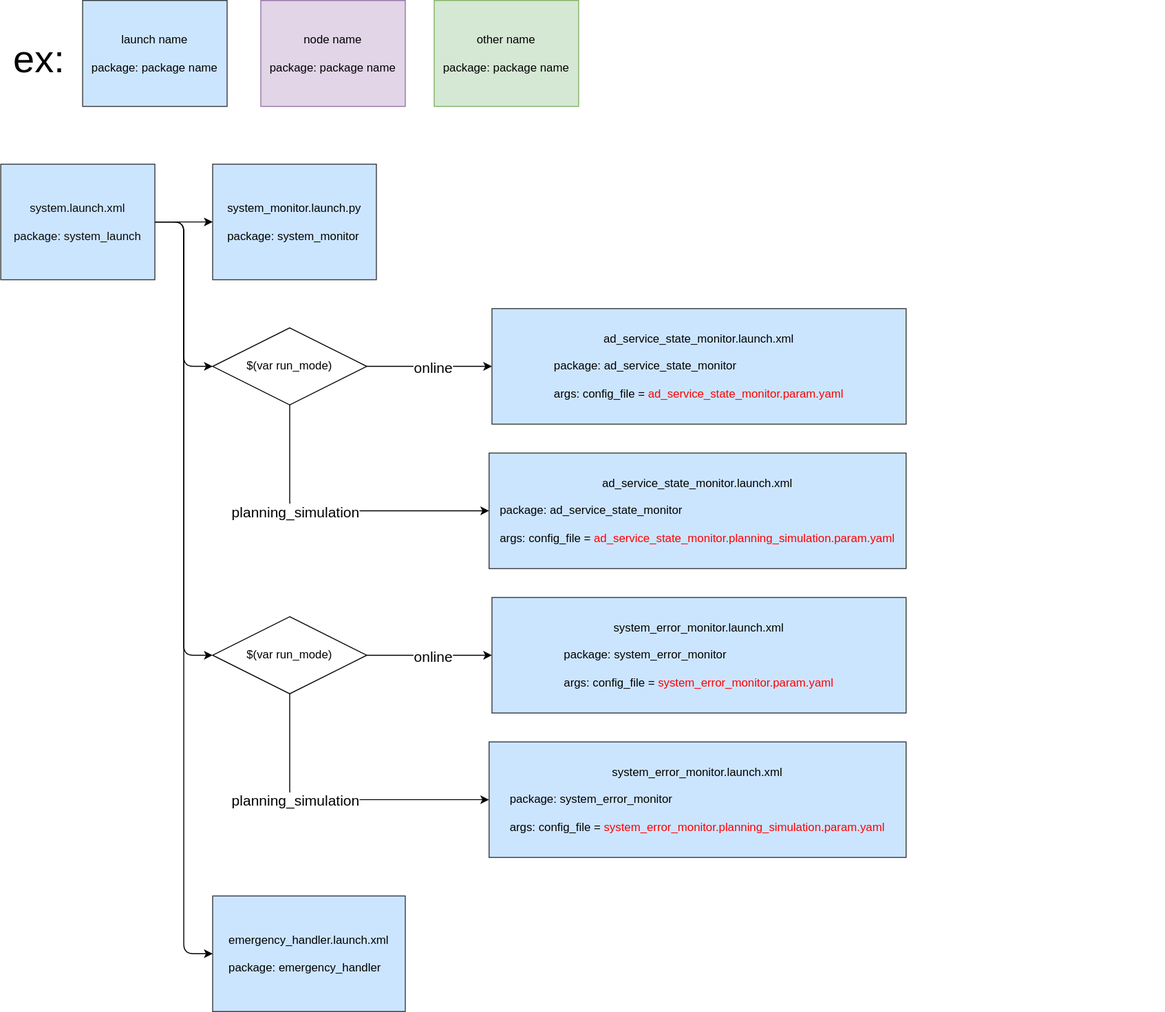
autowarefoundation/autoware_launch keeps this draw.io diagram as system_launch/system_launch.drawio.svg. Above is the earlier version. Source tidied: cells renumbered, new cells last; positions are measured from the earlier drawing's top-left corner, leaving out a move shared by most shapes.
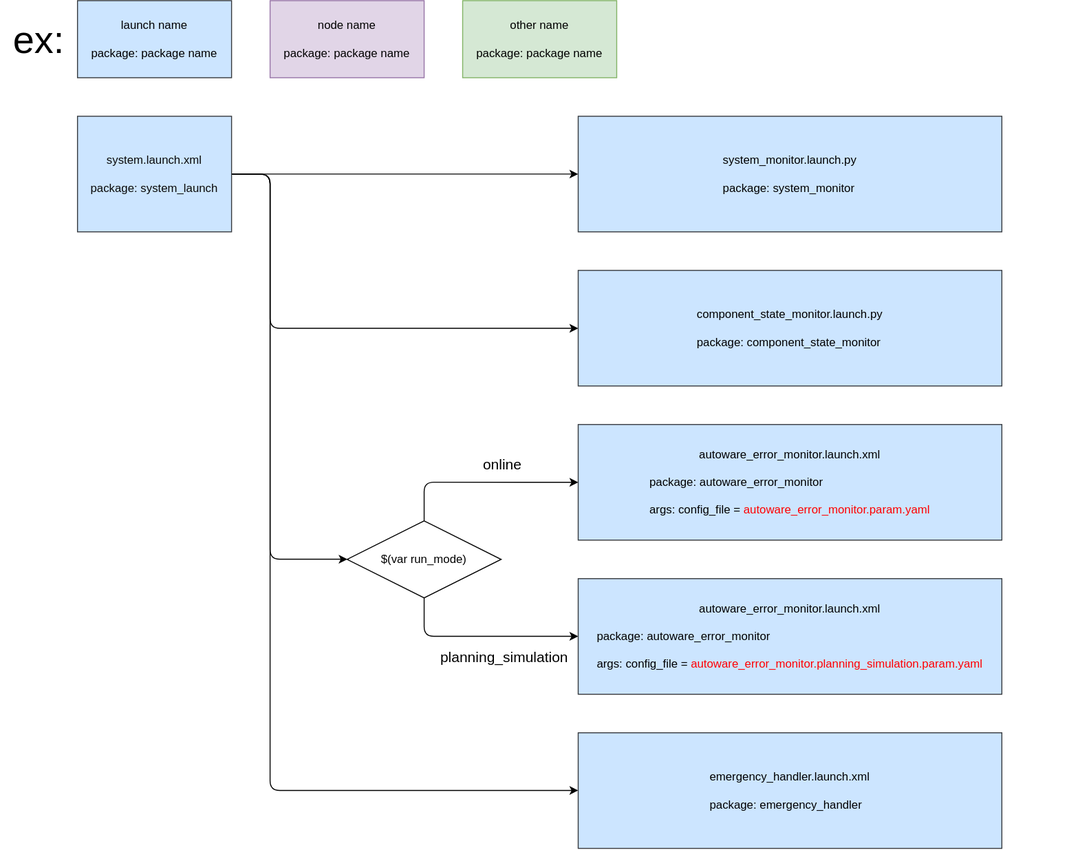
Later version of the same file.

Commit message:
feat(system_launch): apply removing ad_service_state_monitor (#568)

Diff of the diagram source:
```diff
@@ -2,120 +2,95 @@
   <root>
     <mxCell id="0" />
     <mxCell id="1" parent="0" />
+    <mxCell id="4" style="edgeStyle=none;html=1;" parent="1" edge="1" source="2" target="3">
+      <mxGeometry relative="1" as="geometry" />
+    </mxCell>
+    <mxCell id="28" style="edgeStyle=orthogonalEdgeStyle;html=1;" parent="1" edge="1" source="2" target="16">
+      <mxGeometry relative="1" as="geometry">
+        <Array as="points">
+          <mxPoint x="280" y="210" />
+          <mxPoint x="280" y="370" />
+        </Array>
+      </mxGeometry>
+    </mxCell>
+    <mxCell id="18" style="edgeStyle=orthogonalEdgeStyle;html=1;fontSize=15;" parent="1" edge="1" source="2" target="23">
+      <mxGeometry relative="1" as="geometry">
+        <Array as="points">
+          <mxPoint x="280" y="210" />
+          <mxPoint x="280" y="610" />
+        </Array>
+      </mxGeometry>
+    </mxCell>
+    <mxCell id="27" style="edgeStyle=orthogonalEdgeStyle;html=1;fontSize=15;" parent="1" edge="1" source="2" target="26">
+      <mxGeometry relative="1" as="geometry">
+        <Array as="points">
+          <mxPoint x="280" y="210" />
+          <mxPoint x="280" y="850" />
+        </Array>
+      </mxGeometry>
+    </mxCell>
     <mxCell id="2" value="system.launch.xml&lt;br&gt;&lt;br&gt;&lt;div&gt;&lt;span&gt;package: system_launch&lt;/span&gt;&lt;/div&gt;" style="rounded=0;whiteSpace=wrap;html=1;fillColor=#cce5ff;strokeColor=#36393d;fontColor=#0A0A0A;verticalAlign=middle;align=center;" parent="1" vertex="1">
-      <mxGeometry y="170" width="160" height="120" as="geometry" />
+      <mxGeometry x="80" y="150" width="160" height="120" as="geometry" />
     </mxCell>
     <mxCell id="3" value="system_monitor.launch.py&lt;br&gt;&lt;br&gt;&lt;div style=&quot;text-align: left&quot;&gt;package: system_monitor&lt;/div&gt;" style="rounded=0;whiteSpace=wrap;html=1;fillColor=#cce5ff;strokeColor=#36393d;fontColor=#000000;" parent="1" vertex="1">
-      <mxGeometry x="220" y="170" width="170" height="120" as="geometry" />
+      <mxGeometry x="600" y="150" width="440" height="120" as="geometry" />
     </mxCell>
-    <mxCell id="4" style="endArrow=classic;html=1;exitX=1;exitY=0.5;exitDx=0;exitDy=0;entryX=0;entryY=0.5;entryDx=0;entryDy=0;" parent="1" edge="1" source="2" target="3">
-      <mxGeometry relative="1" as="geometry" />
-    </mxCell>
-    <mxCell id="5" style="endArrow=classic;html=1;exitX=1;exitY=0.5;exitDx=0;exitDy=0;entryX=0;entryY=0.5;entryDx=0;entryDy=0;" parent="1" edge="1" source="2" target="10">
-      <mxGeometry relative="1" as="geometry">
-        <Array as="points">
-          <mxPoint x="190" y="230" />
-          <mxPoint x="190" y="350" />
-          <mxPoint x="190" y="380" />
-        </Array>
-      </mxGeometry>
-    </mxCell>
-    <mxCell id="6" style="edgeStyle=none;rounded=0;jettySize=auto;html=1;exitX=1;exitY=0.5;exitDx=0;exitDy=0;entryX=0;entryY=0.5;entryDx=0;entryDy=0;" parent="1" edge="1" source="10" target="16">
-      <mxGeometry relative="1" as="geometry" />
-    </mxCell>
-    <mxCell id="7" value="online" style="edgeLabel;html=1;align=center;verticalAlign=middle;fontSize=15;" parent="6" vertex="1">
-      <mxGeometry x="0.26" y="1" relative="1" as="geometry">
-        <mxPoint x="-14" y="1" as="offset" />
-      </mxGeometry>
-    </mxCell>
-    <mxCell id="8" style="endArrow=classic;html=1;entryX=0;entryY=0.5;entryDx=0;entryDy=0;exitX=0.5;exitY=1;exitDx=0;exitDy=0;" parent="1" edge="1" source="10" target="17">
-      <mxGeometry relative="1" as="geometry">
-        <Array as="points">
-          <mxPoint x="300" y="530" />
-        </Array>
-      </mxGeometry>
-    </mxCell>
-    <mxCell id="9" value="planning_simulation" style="edgeLabel;html=1;align=center;verticalAlign=middle;fontSize=15;" parent="8" vertex="1">
-      <mxGeometry x="0.09" y="-1" relative="1" as="geometry">
-        <mxPoint x="-57" y="-1" as="offset" />
-      </mxGeometry>
-    </mxCell>
-    <mxCell id="10" value="$(var run_mode)" style="rhombus;whiteSpace=wrap;html=1;" parent="1" vertex="1">
-      <mxGeometry x="220" y="340" width="160" height="80" as="geometry" />
-    </mxCell>
     <mxCell id="11" style="edgeStyle=none;rounded=0;orthogonalLoop=1;jettySize=auto;html=1;entryX=1;entryY=0.5;entryDx=0;entryDy=0;" parent="1" edge="1">
       <mxGeometry relative="1" as="geometry">
-        <mxPoint x="1200" y="605" as="sourcePoint" />
-        <mxPoint x="1200" y="605" as="targetPoint" />
+        <mxPoint x="1120" y="475" as="sourcePoint" />
+        <mxPoint x="1120" y="475" as="targetPoint" />
       </mxGeometry>
     </mxCell>
     <mxCell id="12" value="launch name&lt;br&gt;&lt;br&gt;&lt;div style=&quot;text-align: left&quot;&gt;&lt;span&gt;package: package name&lt;/span&gt;&lt;/div&gt;" style="rounded=0;whiteSpace=wrap;html=1;fillColor=#cce5ff;strokeColor=#36393d;fontColor=#000000;" parent="1" vertex="1">
-      <mxGeometry x="85" width="150" height="110" as="geometry" />
+      <mxGeometry x="80" y="30" width="160" height="80" as="geometry" />
     </mxCell>
     <mxCell id="13" value="ex:" style="text;html=1;strokeColor=none;fillColor=none;align=center;verticalAlign=middle;whiteSpace=wrap;rounded=0;fontSize=40;" parent="1" vertex="1">
-      <mxGeometry x="20" y="50" width="40" height="20" as="geometry" />
+      <mxGeometry y="30" width="80" height="80" as="geometry" />
     </mxCell>
     <mxCell id="14" value="node name&lt;br&gt;&lt;br&gt;&lt;div style=&quot;text-align: left&quot;&gt;&lt;span&gt;package: package name&lt;/span&gt;&lt;/div&gt;" style="rounded=0;whiteSpace=wrap;html=1;fillColor=#e1d5e7;strokeColor=#9673a6;fontColor=#000000;" parent="1" vertex="1">
-      <mxGeometry x="270" width="150" height="110" as="geometry" />
+      <mxGeometry x="280" y="30" width="160" height="80" as="geometry" />
     </mxCell>
     <mxCell id="15" value="other name&lt;br&gt;&lt;br&gt;&lt;div style=&quot;text-align: left&quot;&gt;&lt;span&gt;package: package name&lt;/span&gt;&lt;/div&gt;" style="rounded=0;whiteSpace=wrap;html=1;fillColor=#d5e8d4;strokeColor=#82b366;fontColor=#000000;" parent="1" vertex="1">
-      <mxGeometry x="450" width="150" height="110" as="geometry" />
+      <mxGeometry x="480" y="30" width="160" height="80" as="geometry" />
     </mxCell>
-    <mxCell id="16" value="autoware_state_monitor.launch.xml&lt;br&gt;&lt;br&gt;&lt;div style=&quot;text-align: left&quot;&gt;package: autoware_state_monitor&lt;/div&gt;&lt;div style=&quot;text-align: left&quot;&gt;&lt;br&gt;&lt;/div&gt;&lt;div style=&quot;text-align: left&quot;&gt;args: config_file = &lt;font color=&quot;#ff0000&quot;&gt;autoware_state_monitor.param.yaml&lt;/font&gt;&lt;/div&gt;" style="rounded=0;whiteSpace=wrap;html=1;fillColor=#cce5ff;strokeColor=#36393d;fontColor=#000000;" parent="1" vertex="1">
-      <mxGeometry x="510" y="320" width="430" height="120" as="geometry" />
+    <mxCell id="16" value="component_state_monitor.launch.py&lt;br&gt;&lt;br&gt;&lt;div style=&quot;text-align: left&quot;&gt;package:&amp;nbsp;&lt;span&gt;component_state_monitor&lt;/span&gt;&lt;/div&gt;" style="rounded=0;whiteSpace=wrap;html=1;fillColor=#cce5ff;strokeColor=#36393d;fontColor=#000000;" parent="1" vertex="1">
+      <mxGeometry x="600" y="310" width="440" height="120" as="geometry" />
     </mxCell>
-    <mxCell id="17" value="autoware_state_monitor.launch.xml&lt;br&gt;&lt;br&gt;&lt;div style=&quot;text-align: left&quot;&gt;package: autoware_state_monitor&lt;/div&gt;&lt;div style=&quot;text-align: left&quot;&gt;&lt;br&gt;&lt;/div&gt;&lt;div style=&quot;text-align: left&quot;&gt;args: config_file = &lt;font color=&quot;#ff0000&quot;&gt;autoware_state_monitor.planning_simulation.param.yaml&lt;/font&gt;&lt;/div&gt;" style="rounded=0;whiteSpace=wrap;html=1;fillColor=#cce5ff;strokeColor=#36393d;fontColor=#000000;" parent="1" vertex="1">
-      <mxGeometry x="507" y="470" width="433" height="120" as="geometry" />
-    </mxCell>
-    <mxCell id="18" style="endArrow=classic;html=1;exitX=1;exitY=0.5;exitDx=0;exitDy=0;entryX=0;entryY=0.5;entryDx=0;entryDy=0;" parent="1" edge="1" source="2" target="23">
-      <mxGeometry relative="1" as="geometry">
-        <Array as="points">
-          <mxPoint x="190" y="230" />
-          <mxPoint x="190" y="530" />
-          <mxPoint x="190" y="650" />
-          <mxPoint x="190" y="680" />
-        </Array>
-      </mxGeometry>
-    </mxCell>
-    <mxCell id="19" style="edgeStyle=none;rounded=0;jettySize=auto;html=1;exitX=1;exitY=0.5;exitDx=0;exitDy=0;entryX=0;entryY=0.5;entryDx=0;entryDy=0;" parent="1" edge="1" source="23" target="24">
-      <mxGeometry relative="1" as="geometry" />
+    <mxCell id="19" style="edgeStyle=orthogonalEdgeStyle;html=1;entryX=0;entryY=0.5;entryDx=0;entryDy=0;" parent="1" edge="1" source="23" target="24">
+      <mxGeometry relative="1" as="geometry">
+        <Array as="points">
+          <mxPoint x="440" y="530" />
+        </Array>
+      </mxGeometry>
     </mxCell>
-    <mxCell id="20" value="online" style="edgeLabel;html=1;align=center;verticalAlign=middle;fontSize=15;" parent="19" vertex="1">
-      <mxGeometry x="0.26" y="1" relative="1" as="geometry">
-        <mxPoint x="-14" y="1" as="offset" />
-      </mxGeometry>
-    </mxCell>
+    <mxCell id="29" value="online" style="edgeLabel;html=1;align=center;verticalAlign=middle;fontSize=15;" parent="19" vertex="1">
+      <mxGeometry x="0.43" y="2" relative="1" as="geometry">
+        <mxPoint x="-23" y="-18" as="offset" />
+      </mxGeometry>
+    </mxCell>
-    <mxCell id="21" style="endArrow=classic;html=1;entryX=0;entryY=0.5;entryDx=0;entryDy=0;exitX=0.5;exitY=1;exitDx=0;exitDy=0;" parent="1" edge="1" source="23" target="25">
+    <mxCell id="21" style="edgeStyle=orthogonalEdgeStyle;html=1;fontSize=15;" parent="1" edge="1" source="23" target="25">
       <mxGeometry relative="1" as="geometry">
         <Array as="points">
-          <mxPoint x="300" y="830" />
+          <mxPoint x="440" y="690" />
         </Array>
       </mxGeometry>
     </mxCell>
-    <mxCell id="22" value="planning_simulation" style="edgeLabel;html=1;align=center;verticalAlign=middle;fontSize=15;" parent="21" vertex="1">
-      <mxGeometry x="0.09" y="-1" relative="1" as="geometry">
-        <mxPoint x="-57" y="-1" as="offset" />
-      </mxGeometry>
-    </mxCell>
+    <mxCell id="30" value="planning_simulation" style="edgeLabel;html=1;align=center;verticalAlign=middle;fontSize=15;" parent="21" vertex="1">
+      <mxGeometry x="-0.07" y="3" relative="1" as="geometry">
+        <mxPoint x="27" y="23" as="offset" />
+      </mxGeometry>
+    </mxCell>
     <mxCell id="23" value="$(var run_mode)" style="rhombus;whiteSpace=wrap;html=1;" parent="1" vertex="1">
-      <mxGeometry x="220" y="640" width="160" height="80" as="geometry" />
+      <mxGeometry x="360" y="570" width="160" height="80" as="geometry" />
     </mxCell>
     <mxCell id="24" value="autoware_error_monitor.launch.xml&lt;br&gt;&lt;br&gt;&lt;div style=&quot;text-align: left&quot;&gt;package: autoware_error_monitor&lt;/div&gt;&lt;div style=&quot;text-align: left&quot;&gt;&lt;br&gt;&lt;/div&gt;&lt;div style=&quot;text-align: left&quot;&gt;args: config_file = &lt;font color=&quot;#ff0000&quot;&gt;autoware_error_monitor.param.yaml&lt;/font&gt;&lt;/div&gt;" style="rounded=0;whiteSpace=wrap;html=1;fillColor=#cce5ff;strokeColor=#36393d;fontColor=#000000;" parent="1" vertex="1">
-      <mxGeometry x="510" y="620" width="430" height="120" as="geometry" />
+      <mxGeometry x="600" y="470" width="440" height="120" as="geometry" />
     </mxCell>
     <mxCell id="25" value="autoware_error_monitor.launch.xml&lt;br&gt;&lt;br&gt;&lt;div style=&quot;text-align: left&quot;&gt;package: autoware_error_monitor&lt;/div&gt;&lt;div style=&quot;text-align: left&quot;&gt;&lt;br&gt;&lt;/div&gt;&lt;div style=&quot;text-align: left&quot;&gt;args: config_file = &lt;font color=&quot;#ff0000&quot;&gt;autoware_error_monitor.planning_simulation.param.yaml&lt;/font&gt;&lt;/div&gt;" style="rounded=0;whiteSpace=wrap;html=1;fillColor=#cce5ff;strokeColor=#36393d;fontColor=#000000;" parent="1" vertex="1">
-      <mxGeometry x="507" y="770" width="433" height="120" as="geometry" />
+      <mxGeometry x="600" y="630" width="440" height="120" as="geometry" />
     </mxCell>
     <mxCell id="26" value="emergency_handler.launch.xml&lt;br&gt;&lt;br&gt;&lt;div style=&quot;text-align: left&quot;&gt;package: emergency_handler&lt;/div&gt;" style="rounded=0;whiteSpace=wrap;html=1;fillColor=#cce5ff;strokeColor=#36393d;fontColor=#000000;" parent="1" vertex="1">
-      <mxGeometry x="220" y="930" width="200" height="120" as="geometry" />
+      <mxGeometry x="600" y="790" width="440" height="120" as="geometry" />
     </mxCell>
-    <mxCell id="27" style="endArrow=classic;html=1;exitX=1;exitY=0.5;exitDx=0;exitDy=0;entryX=0;entryY=0.5;entryDx=0;entryDy=0;" parent="1" edge="1" source="2" target="26">
-      <mxGeometry relative="1" as="geometry">
-        <Array as="points">
-          <mxPoint x="190" y="230" />
-          <mxPoint x="190" y="990" />
-        </Array>
-      </mxGeometry>
-    </mxCell>
   </root>
 </mxGraphModel>
```
